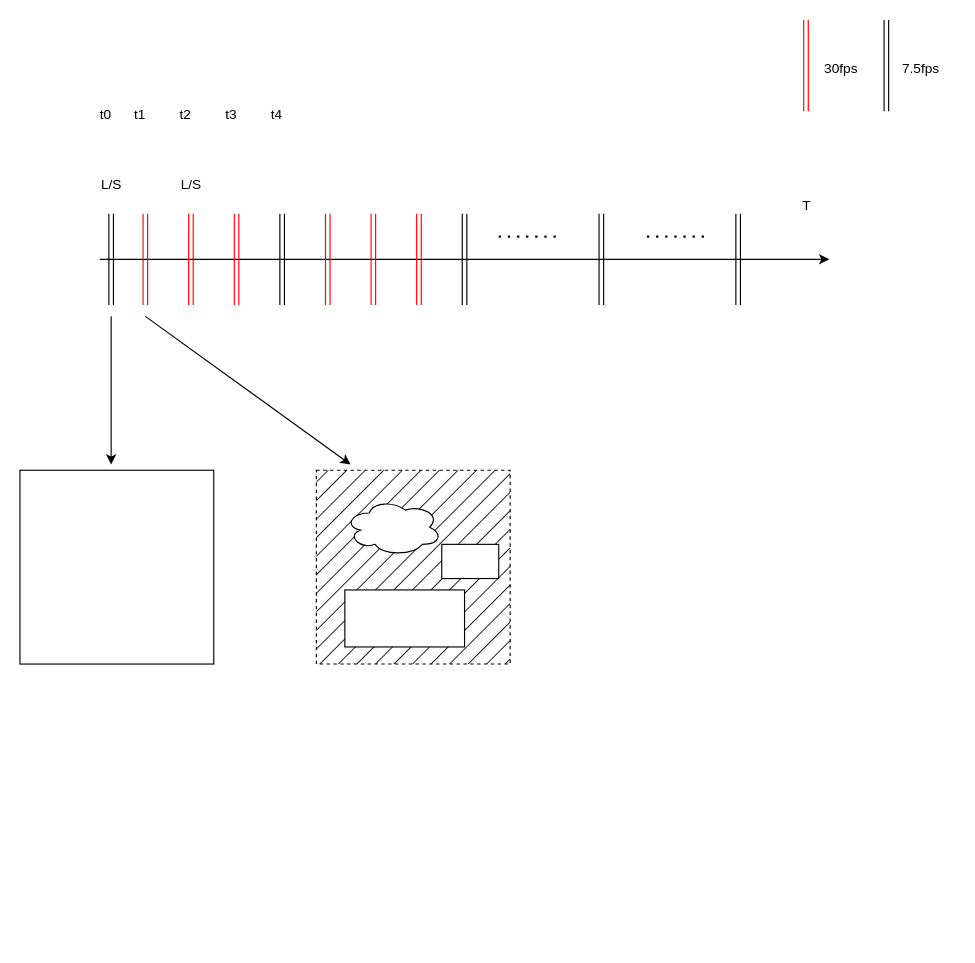
Before: page "elp pipline" (17 of 18) of sunshine.drawio in leixuehui/drawio, a draw.io diagram. Source tidied: cells renumbered, new cells numbered last; positions are measured from the earlier drawing's top-left corner, leaving out a move shared by most shapes. Both pictures are drawn from the tidied source at 114%, with x=0, y=0 at pixel (19, 19).
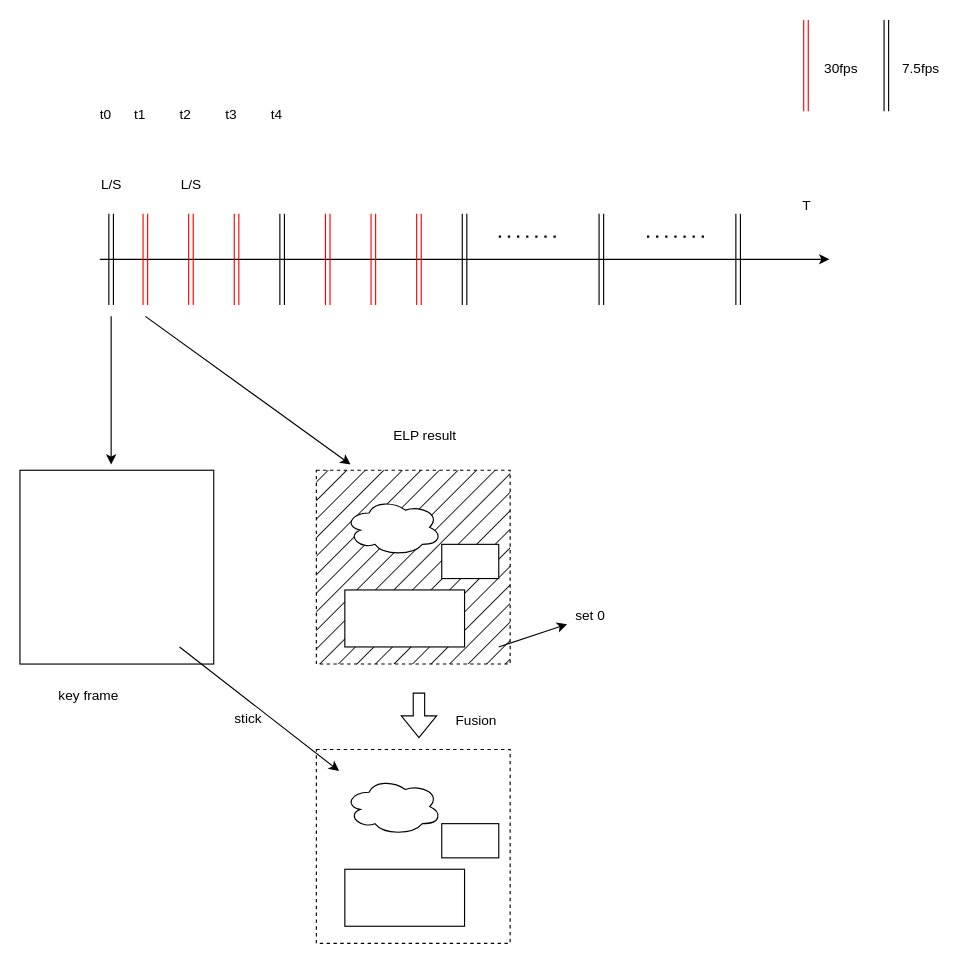
After the change.

What changed in the source:
```diff
@@
+    <mxCell id="35" style="shape=flexArrow;endArrow=classic;html=1;rounded=0;" parent="1" edge="1">
+      <mxGeometry relative="1" as="geometry">
+        <mxPoint x="350" y="590" as="sourcePoint" />
+        <mxPoint x="350" y="630" as="targetPoint" />
+      </mxGeometry>
+    </mxCell>
+    <mxCell id="36" value="Fusion" style="text;html=1;align=center;verticalAlign=middle;strokeColor=none;fillColor=none;" parent="1" vertex="1">
+      <mxGeometry x="370" y="600" width="60" height="30" as="geometry" />
+    </mxCell>
+    <mxCell id="37" style="endArrow=classic;html=1;rounded=0;" parent="1" edge="1">
+      <mxGeometry relative="1" as="geometry">
+        <mxPoint x="420" y="550" as="sourcePoint" />
+        <mxPoint x="480" y="530" as="targetPoint" />
+      </mxGeometry>
+    </mxCell>
+    <mxCell id="38" value="set 0" style="text;html=1;align=center;verticalAlign=middle;strokeColor=none;fillColor=none;" parent="1" vertex="1">
+      <mxGeometry x="475" y="508" width="50" height="30" as="geometry" />
+    </mxCell>
+    <mxCell id="39" style="whiteSpace=wrap;html=1;dashed=1;shadow=0;fillStyle=hatch;" parent="1" vertex="1">
+      <mxGeometry x="260" y="640" width="170" height="170" as="geometry" />
+    </mxCell>
+    <mxCell id="40" style="ellipse;shape=cloud;whiteSpace=wrap;html=1;" parent="1" vertex="1">
+      <mxGeometry x="285" y="665" width="85" height="50" as="geometry" />
+    </mxCell>
+    <mxCell id="41" style="rounded=0;whiteSpace=wrap;html=1;" parent="1" vertex="1">
+      <mxGeometry x="285" y="745" width="105" height="50" as="geometry" />
+    </mxCell>
+    <mxCell id="42" style="rounded=0;whiteSpace=wrap;html=1;" parent="1" vertex="1">
+      <mxGeometry x="370" y="705" width="50" height="30" as="geometry" />
+    </mxCell>
+    <mxCell id="43" style="endArrow=classic;html=1;rounded=0;exitX=0.671;exitY=1.024;exitDx=0;exitDy=0;exitPerimeter=0;" parent="1" edge="1">
+      <mxGeometry relative="1" as="geometry">
+        <mxPoint x="140" y="550" as="sourcePoint" />
+        <mxPoint x="280" y="658.9" as="targetPoint" />
+      </mxGeometry>
+    </mxCell>
+    <mxCell id="44" value="key frame" style="text;html=1;align=center;verticalAlign=middle;strokeColor=none;fillColor=none;" parent="1" vertex="1">
+      <mxGeometry x="20" y="578" width="80" height="30" as="geometry" />
+    </mxCell>
+    <mxCell id="45" value="stick" style="text;html=1;align=center;verticalAlign=middle;strokeColor=none;fillColor=none;" parent="1" vertex="1">
+      <mxGeometry x="175" y="598" width="50" height="30" as="geometry" />
+    </mxCell>
+    <mxCell id="46" value="ELP result" style="text;html=1;align=center;verticalAlign=middle;strokeColor=none;fillColor=none;" parent="1" vertex="1">
+      <mxGeometry x="315" y="350" width="80" height="30" as="geometry" />
+    </mxCell>
```
